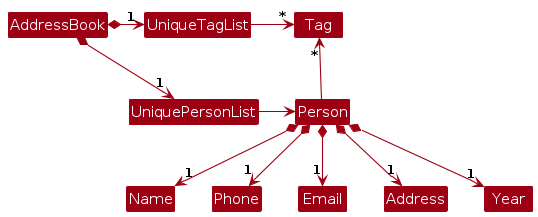
The PlantUML diagram diagrams/BetterModelClassDiagram.png in AY2425S2-CS2103T-F10-3/tp, before a commit. Its source is kept beside it as diagrams/BetterModelClassDiagram.puml. Source of this version:
```plantuml
@startuml
!include style.puml
skinparam arrowThickness 1.1
skinparam arrowColor MODEL_COLOR
skinparam classBackgroundColor MODEL_COLOR

AddressBook *-right-> "1" UniquePersonList
AddressBook *-right-> "1" UniqueTagList
UniqueTagList -[hidden]down- UniquePersonList
UniqueTagList -[hidden]down- UniquePersonList

UniqueTagList -right-> "*" Tag
UniquePersonList -right-> Person

Person -up-> "*" Tag

Person *--> "1" Name
Person *--> "1" Phone
Person *--> "1" Email
Person *--> "1" Address
Person *--> "1" Year
@enduml
```
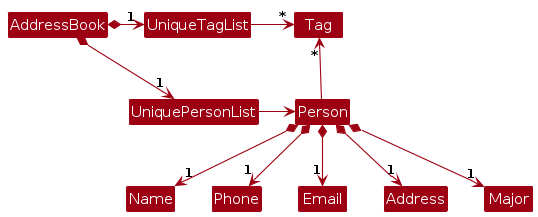
Later version of the same file.

What changed in the source:
```diff
@@ -18,5 +18,5 @@
 Person *--> "1" Phone
 Person *--> "1" Email
 Person *--> "1" Address
-Person *--> "1" Year
+Person *--> "1" Major
 @enduml
```
